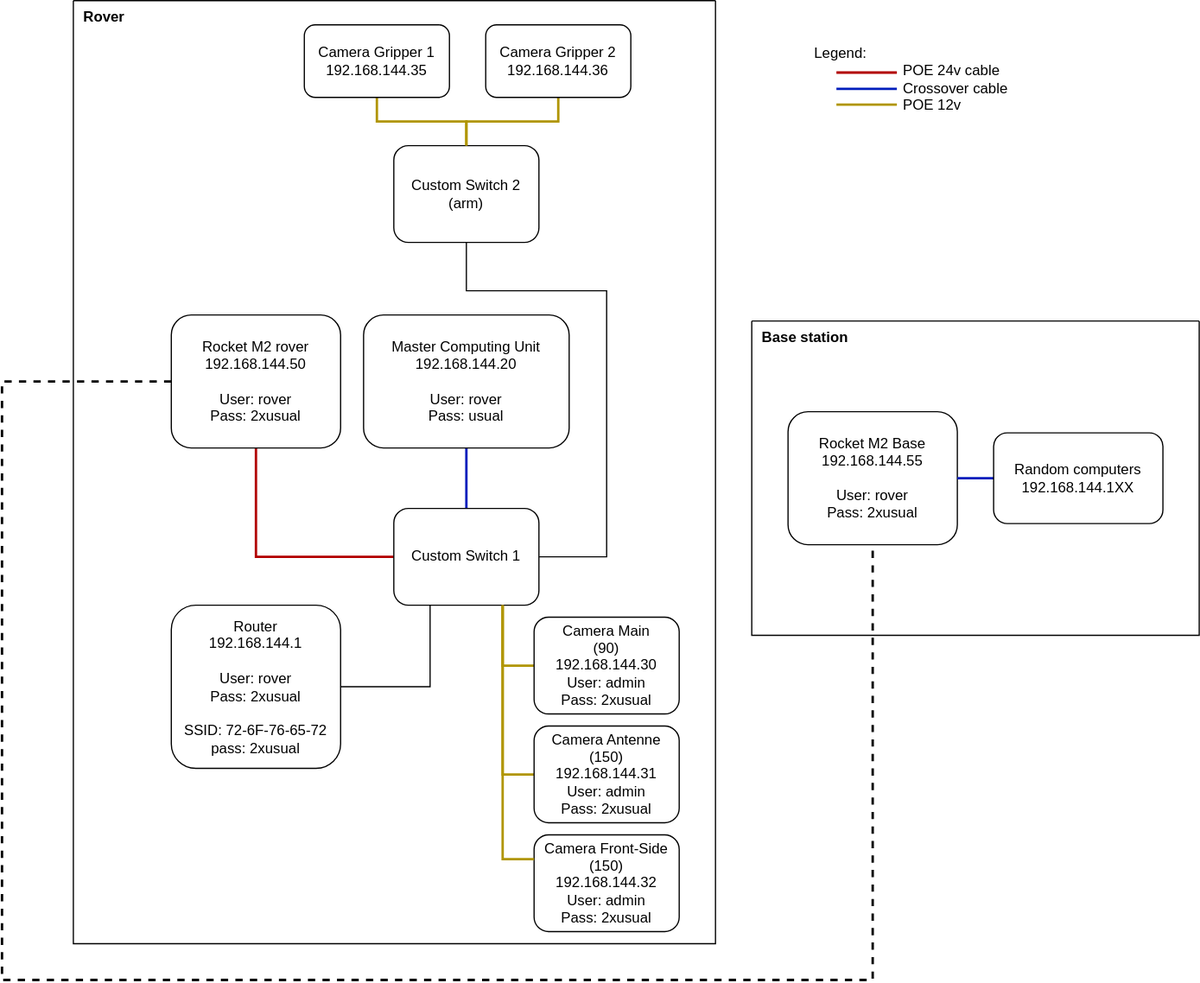
robotique-udes/rover_documentation keeps this draw.io diagram as doc/architecture/lan-network.svg. Above is the earlier version. Source tidied: cells renumbered, new cells last; positions are measured from the earlier drawing's top-left corner, leaving out a move shared by most shapes.
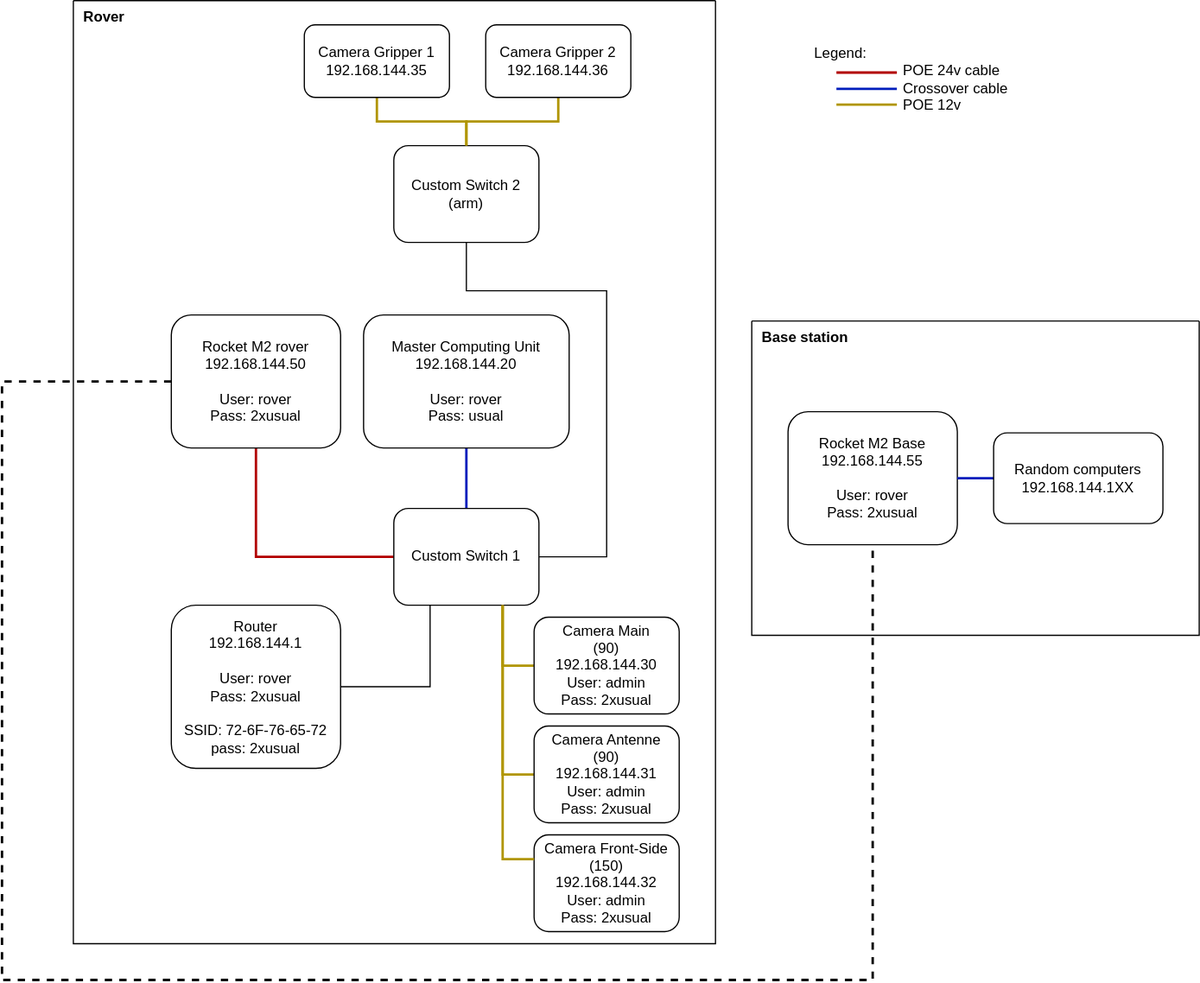
After the change.

The edit, as a diff of the source:
```diff
@@ -76,7 +76,7 @@
     <mxCell id="20" value="Camera Main &lt;br&gt;(90)&lt;div&gt;192.168.144.30&lt;/div&gt;&lt;div&gt;User: admin&lt;/div&gt;&lt;div&gt;Pass: 2xusual&lt;/div&gt;" style="rounded=1;whiteSpace=wrap;html=1;" parent="17" vertex="1">
       <mxGeometry x="381" y="510" width="120" height="80" as="geometry" />
     </mxCell>
-    <mxCell id="21" value="Camera Antenne (150)&lt;div&gt;192.168.144.31&lt;/div&gt;&lt;div&gt;User: admin&lt;/div&gt;&lt;div&gt;Pass: 2xusual&lt;/div&gt;" style="rounded=1;whiteSpace=wrap;html=1;" parent="17" vertex="1">
+    <mxCell id="21" value="Camera Antenne &lt;br&gt;(90)&lt;div&gt;192.168.144.31&lt;/div&gt;&lt;div&gt;User: admin&lt;/div&gt;&lt;div&gt;Pass: 2xusual&lt;/div&gt;" style="rounded=1;whiteSpace=wrap;html=1;" parent="17" vertex="1">
       <mxGeometry x="381" y="600" width="120" height="80" as="geometry" />
     </mxCell>
     <mxCell id="22" style="edgeStyle=orthogonalEdgeStyle;rounded=0;orthogonalLoop=1;jettySize=auto;html=1;endArrow=none;endFill=0;strokeWidth=2;fillColor=#e3c800;strokeColor=#B09500;" parent="17" edge="1">
```
